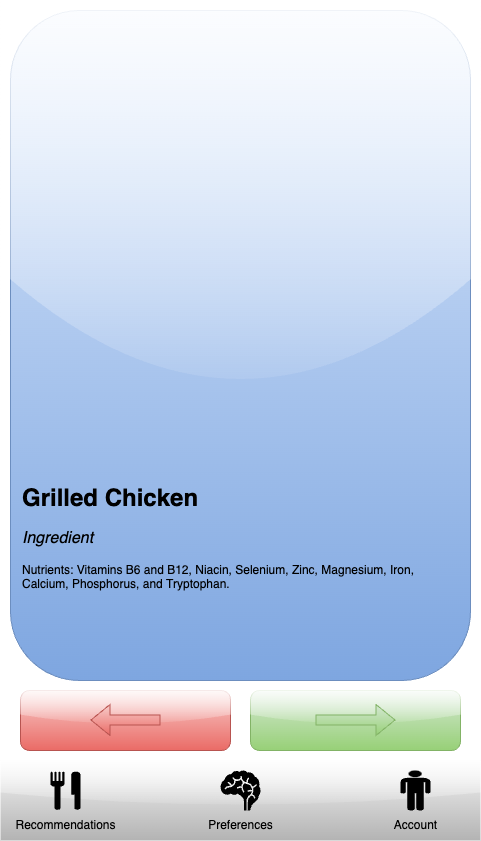
Before: documentation/views/PreferencesView.png, a diagram exported from draw.io (nathan-wick/nutrition-ai). Source tidied: cells renumbered, new cells last; positions are measured from the earlier drawing's top-left corner, leaving out a move shared by most shapes. The source it was exported from:
```xml
<mxGraphModel>
  <root>
    <mxCell id="0" />
    <mxCell id="1" parent="0" />
    <mxCell id="2" style="rounded=0;whiteSpace=wrap;html=1;glass=1;strokeColor=none;" parent="1" vertex="1">
      <mxGeometry width="480" height="840" as="geometry" />
    </mxCell>
    <mxCell id="3" style="rounded=0;whiteSpace=wrap;html=1;fillColor=#f5f5f5;strokeColor=none;gradientColor=#b3b3b3;glass=1;" parent="1" vertex="1">
      <mxGeometry y="760" width="480" height="80" as="geometry" />
    </mxCell>
    <mxCell id="4" style="rounded=1;whiteSpace=wrap;html=1;fillColor=#dae8fc;gradientColor=#7ea6e0;strokeColor=#6c8ebf;glass=1;shadow=0;" parent="1" vertex="1">
      <mxGeometry x="10" y="10" width="460" height="670" as="geometry" />
    </mxCell>
    <mxCell id="5" style="rounded=1;whiteSpace=wrap;html=1;fillColor=#f8cecc;strokeColor=#b85450;gradientColor=#ea6b66;glass=1;" parent="1" vertex="1">
      <mxGeometry x="20" y="690" width="210" height="60" as="geometry" />
    </mxCell>
    <mxCell id="6" style="rounded=1;whiteSpace=wrap;html=1;fillColor=#d5e8d4;strokeColor=#82b366;gradientColor=#97d077;glass=1;" parent="1" vertex="1">
      <mxGeometry x="250" y="690" width="210" height="60" as="geometry" />
    </mxCell>
    <mxCell id="7" value="&lt;font style=&quot;font-size: 24px;&quot;&gt;Grilled Chicken&lt;/font&gt;" style="text;html=1;strokeColor=none;fillColor=none;align=left;verticalAlign=middle;whiteSpace=wrap;rounded=0;fontStyle=1;" parent="1" vertex="1">
      <mxGeometry x="20" y="470" width="260" height="55" as="geometry" />
    </mxCell>
    <mxCell id="8" value="&lt;div&gt;&lt;font style=&quot;font-size: 16px;&quot;&gt;&lt;i&gt;Ingredient&lt;/i&gt;&lt;/font&gt;&lt;/div&gt;&lt;div&gt;&lt;br&gt;&lt;/div&gt;&lt;div&gt;Nutrients: Vitamins B6 and B12,&amp;nbsp;&lt;span style=&quot;background-color: initial;&quot;&gt;Niacin,&amp;nbsp;&lt;/span&gt;&lt;span style=&quot;background-color: initial;&quot;&gt;Selenium,&amp;nbsp;&lt;/span&gt;&lt;span style=&quot;background-color: initial;&quot;&gt;Zinc,&amp;nbsp;&lt;/span&gt;&lt;span style=&quot;background-color: initial;&quot;&gt;Magnesium,&amp;nbsp;&lt;/span&gt;&lt;span style=&quot;background-color: initial;&quot;&gt;Iron,&lt;/span&gt;&lt;/div&gt;&lt;div&gt;&lt;span style=&quot;background-color: initial;&quot;&gt;Calcium,&amp;nbsp;&lt;/span&gt;&lt;span style=&quot;background-color: initial;&quot;&gt;Phosphorus, and&amp;nbsp;&lt;/span&gt;&lt;span style=&quot;background-color: initial;&quot;&gt;Tryptophan.&lt;/span&gt;&lt;/div&gt;" style="text;html=1;strokeColor=none;fillColor=none;align=left;verticalAlign=middle;whiteSpace=wrap;rounded=0;" parent="1" vertex="1">
      <mxGeometry x="20" y="520" width="430" height="80" as="geometry" />
    </mxCell>
    <mxCell id="9" style="shape=flexArrow;endArrow=classic;html=1;rounded=0;fillColor=#d5e8d4;gradientColor=#97d077;strokeColor=#82b366;" parent="1" edge="1">
      <mxGeometry relative="1" as="geometry">
        <mxPoint x="315" y="719.5" as="sourcePoint" />
        <mxPoint x="395" y="719.5" as="targetPoint" />
      </mxGeometry>
    </mxCell>
    <mxCell id="10" style="shape=flexArrow;endArrow=classic;html=1;rounded=0;fillColor=#f8cecc;gradientColor=#ea6b66;strokeColor=#b85450;" parent="1" edge="1">
      <mxGeometry relative="1" as="geometry">
        <mxPoint x="160" y="719.5" as="sourcePoint" />
        <mxPoint x="90" y="719.5" as="targetPoint" />
      </mxGeometry>
    </mxCell>
    <mxCell id="11" style="shape=mxgraph.signs.food.restaurant_2;html=1;fillColor=#000000;strokeColor=none;verticalLabelPosition=bottom;verticalAlign=top;align=center;sketch=0;" parent="1" vertex="1">
      <mxGeometry x="50" y="770" width="30" height="40" as="geometry" />
    </mxCell>
    <mxCell id="12" style="shape=mxgraph.signs.people.man_1;html=1;fillColor=#000000;strokeColor=none;verticalLabelPosition=bottom;verticalAlign=top;align=center;sketch=0;" parent="1" vertex="1">
      <mxGeometry x="400" y="770" width="30" height="40" as="geometry" />
    </mxCell>
    <mxCell id="13" style="shape=mxgraph.signs.healthcare.brain;html=1;fillColor=#000000;strokeColor=none;verticalLabelPosition=bottom;verticalAlign=top;align=center;sketch=0;" parent="1" vertex="1">
      <mxGeometry x="220" y="770" width="40" height="40" as="geometry" />
    </mxCell>
    <mxCell id="14" value="Recommendations" style="text;html=1;strokeColor=none;fillColor=none;align=center;verticalAlign=middle;whiteSpace=wrap;rounded=0;" parent="1" vertex="1">
      <mxGeometry x="32.5" y="810" width="65" height="30" as="geometry" />
    </mxCell>
    <mxCell id="15" value="Preferences" style="text;html=1;strokeColor=none;fillColor=none;align=center;verticalAlign=middle;whiteSpace=wrap;rounded=0;" parent="1" vertex="1">
      <mxGeometry x="207.5" y="810" width="65" height="30" as="geometry" />
    </mxCell>
    <mxCell id="16" value="Account" style="text;html=1;strokeColor=none;fillColor=none;align=center;verticalAlign=middle;whiteSpace=wrap;rounded=0;" parent="1" vertex="1">
      <mxGeometry x="382.5" y="810" width="65" height="30" as="geometry" />
    </mxCell>
  </root>
</mxGraphModel>
```
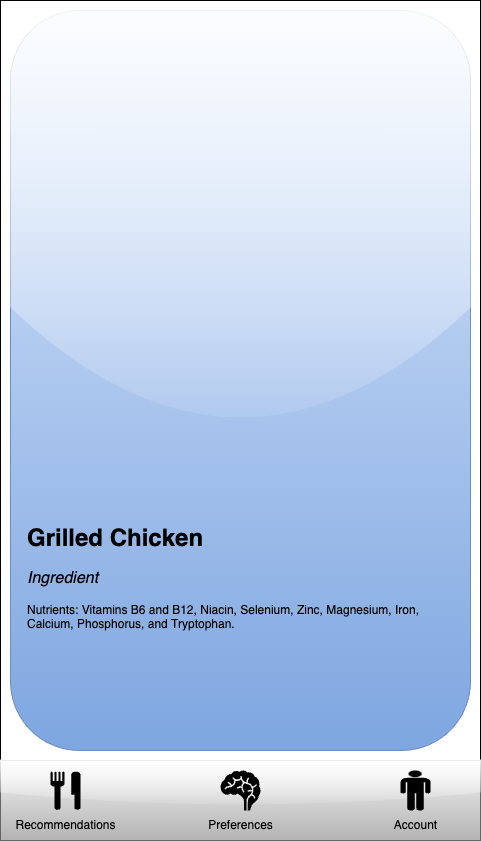
Above is the later version.

Commit message:
Update Preferences View Prototype

Change to the diagram source:
```diff
@@ -2,39 +2,21 @@
   <root>
     <mxCell id="0" />
     <mxCell id="1" parent="0" />
-    <mxCell id="2" style="rounded=0;whiteSpace=wrap;html=1;glass=1;strokeColor=none;" parent="1" vertex="1">
+    <mxCell id="2" style="rounded=0;whiteSpace=wrap;html=1;" parent="1" vertex="1">
       <mxGeometry width="480" height="840" as="geometry" />
     </mxCell>
-    <mxCell id="3" style="rounded=0;whiteSpace=wrap;html=1;fillColor=#f5f5f5;strokeColor=none;gradientColor=#b3b3b3;glass=1;" parent="1" vertex="1">
+    <mxCell id="3" style="rounded=0;whiteSpace=wrap;html=1;fillColor=#f5f5f5;strokeColor=#666666;gradientColor=#b3b3b3;glass=1;" parent="1" vertex="1">
       <mxGeometry y="760" width="480" height="80" as="geometry" />
     </mxCell>
     <mxCell id="4" style="rounded=1;whiteSpace=wrap;html=1;fillColor=#dae8fc;gradientColor=#7ea6e0;strokeColor=#6c8ebf;glass=1;shadow=0;" parent="1" vertex="1">
-      <mxGeometry x="10" y="10" width="460" height="670" as="geometry" />
+      <mxGeometry x="10" y="10" width="460" height="740" as="geometry" />
     </mxCell>
-    <mxCell id="5" style="rounded=1;whiteSpace=wrap;html=1;fillColor=#f8cecc;strokeColor=#b85450;gradientColor=#ea6b66;glass=1;" parent="1" vertex="1">
-      <mxGeometry x="20" y="690" width="210" height="60" as="geometry" />
-    </mxCell>
-    <mxCell id="6" style="rounded=1;whiteSpace=wrap;html=1;fillColor=#d5e8d4;strokeColor=#82b366;gradientColor=#97d077;glass=1;" parent="1" vertex="1">
-      <mxGeometry x="250" y="690" width="210" height="60" as="geometry" />
-    </mxCell>
     <mxCell id="7" value="&lt;font style=&quot;font-size: 24px;&quot;&gt;Grilled Chicken&lt;/font&gt;" style="text;html=1;strokeColor=none;fillColor=none;align=left;verticalAlign=middle;whiteSpace=wrap;rounded=0;fontStyle=1;" parent="1" vertex="1">
-      <mxGeometry x="20" y="470" width="260" height="55" as="geometry" />
+      <mxGeometry x="25" y="510" width="260" height="55" as="geometry" />
     </mxCell>
     <mxCell id="8" value="&lt;div&gt;&lt;font style=&quot;font-size: 16px;&quot;&gt;&lt;i&gt;Ingredient&lt;/i&gt;&lt;/font&gt;&lt;/div&gt;&lt;div&gt;&lt;br&gt;&lt;/div&gt;&lt;div&gt;Nutrients: Vitamins B6 and B12,&amp;nbsp;&lt;span style=&quot;background-color: initial;&quot;&gt;Niacin,&amp;nbsp;&lt;/span&gt;&lt;span style=&quot;background-color: initial;&quot;&gt;Selenium,&amp;nbsp;&lt;/span&gt;&lt;span style=&quot;background-color: initial;&quot;&gt;Zinc,&amp;nbsp;&lt;/span&gt;&lt;span style=&quot;background-color: initial;&quot;&gt;Magnesium,&amp;nbsp;&lt;/span&gt;&lt;span style=&quot;background-color: initial;&quot;&gt;Iron,&lt;/span&gt;&lt;/div&gt;&lt;div&gt;&lt;span style=&quot;background-color: initial;&quot;&gt;Calcium,&amp;nbsp;&lt;/span&gt;&lt;span style=&quot;background-color: initial;&quot;&gt;Phosphorus, and&amp;nbsp;&lt;/span&gt;&lt;span style=&quot;background-color: initial;&quot;&gt;Tryptophan.&lt;/span&gt;&lt;/div&gt;" style="text;html=1;strokeColor=none;fillColor=none;align=left;verticalAlign=middle;whiteSpace=wrap;rounded=0;" parent="1" vertex="1">
-      <mxGeometry x="20" y="520" width="430" height="80" as="geometry" />
+      <mxGeometry x="25" y="560" width="430" height="80" as="geometry" />
     </mxCell>
-    <mxCell id="9" style="shape=flexArrow;endArrow=classic;html=1;rounded=0;fillColor=#d5e8d4;gradientColor=#97d077;strokeColor=#82b366;" parent="1" edge="1">
-      <mxGeometry relative="1" as="geometry">
-        <mxPoint x="315" y="719.5" as="sourcePoint" />
-        <mxPoint x="395" y="719.5" as="targetPoint" />
-      </mxGeometry>
-    </mxCell>
-    <mxCell id="10" style="shape=flexArrow;endArrow=classic;html=1;rounded=0;fillColor=#f8cecc;gradientColor=#ea6b66;strokeColor=#b85450;" parent="1" edge="1">
-      <mxGeometry relative="1" as="geometry">
-        <mxPoint x="160" y="719.5" as="sourcePoint" />
-        <mxPoint x="90" y="719.5" as="targetPoint" />
-      </mxGeometry>
-    </mxCell>
     <mxCell id="11" style="shape=mxgraph.signs.food.restaurant_2;html=1;fillColor=#000000;strokeColor=none;verticalLabelPosition=bottom;verticalAlign=top;align=center;sketch=0;" parent="1" vertex="1">
       <mxGeometry x="50" y="770" width="30" height="40" as="geometry" />
     </mxCell>
```
